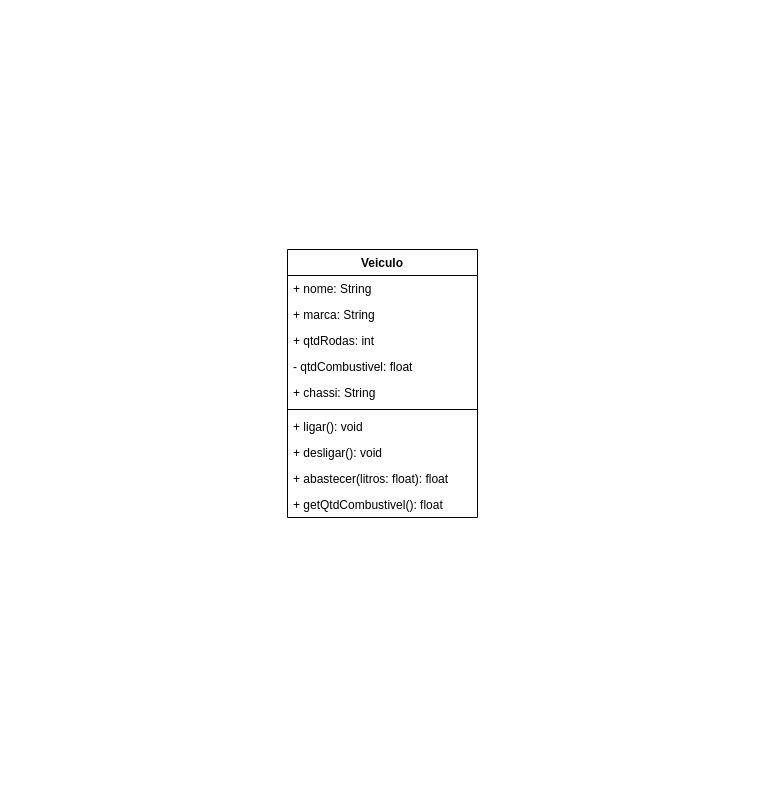
alexclemente1985/TreinoJavaOO_UML keeps this draw.io diagram as treinaWeb_JavaOO.drawio. Above is the earlier version. Source tidied: cells renumbered, new cells numbered last; positions are measured from the earlier drawing's top-left corner, leaving out a move shared by most shapes. Both pictures are drawn from the tidied source at 100%, with x=0, y=0 at pixel (287, 249).
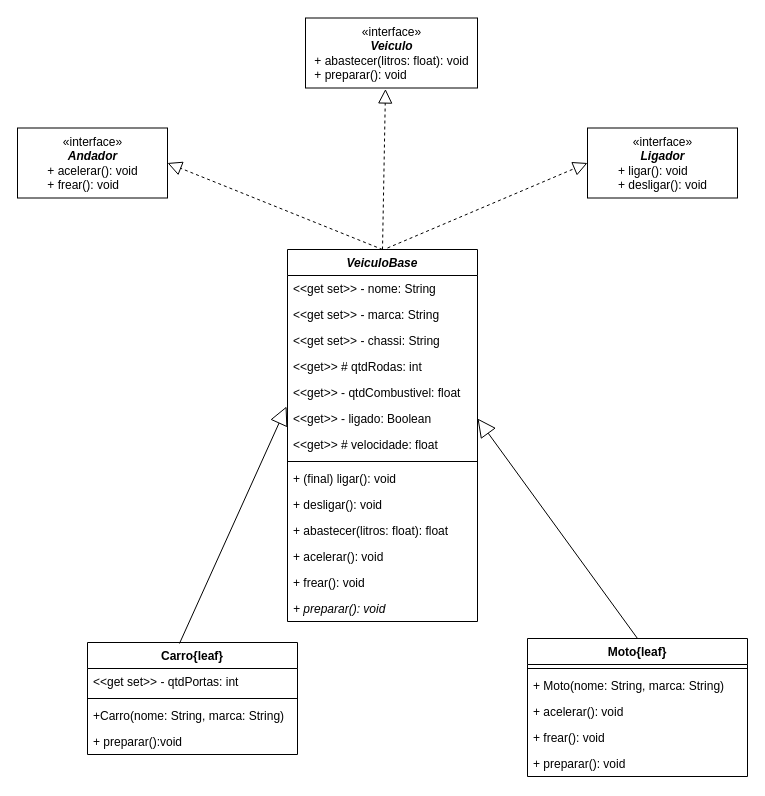
Above is the later version.

Change to the diagram source:
```diff
@@
-    <mxCell id="2" value="Veiculo" style="swimlane;fontStyle=1;align=center;verticalAlign=top;horizontal=1;startSize=26;" parent="1" vertex="1">
-      <mxGeometry width="190" height="268" as="geometry" />
+    <mxCell id="2" value="VeiculoBase" style="swimlane;fontStyle=3;align=center;verticalAlign=top;horizontal=1;startSize=26;" parent="1" vertex="1">
+      <mxGeometry width="190" height="372" as="geometry" />
     </mxCell>
-    <mxCell id="3" value="+ nome: String" style="text;strokeColor=none;fillColor=none;align=left;verticalAlign=top;spacingLeft=4;spacingRight=4;overflow=hidden;" parent="2" vertex="1">
+    <mxCell id="3" value="&lt;&lt;get set&gt;&gt; - nome: String" style="text;strokeColor=none;fillColor=none;align=left;verticalAlign=top;spacingLeft=4;spacingRight=4;overflow=hidden;" parent="2" vertex="1">
       <mxGeometry y="26" width="190" height="26" as="geometry" />
     </mxCell>
-    <mxCell id="4" value="+ marca: String" style="text;strokeColor=none;fillColor=none;align=left;verticalAlign=top;spacingLeft=4;spacingRight=4;overflow=hidden;" parent="2" vertex="1">
+    <mxCell id="4" value="&lt;&lt;get set&gt;&gt; - marca: String" style="text;strokeColor=none;fillColor=none;align=left;verticalAlign=top;spacingLeft=4;spacingRight=4;overflow=hidden;" parent="2" vertex="1">
       <mxGeometry y="52" width="190" height="26" as="geometry" />
     </mxCell>
+    <mxCell id="13" value="&lt;&lt;get set&gt;&gt; - chassi: String" style="text;strokeColor=none;fillColor=none;align=left;verticalAlign=top;spacingLeft=4;spacingRight=4;overflow=hidden;" parent="2" vertex="1">
+      <mxGeometry y="78" width="190" height="26" as="geometry" />
+    </mxCell>
-    <mxCell id="5" value="+ qtdRodas: int" style="text;strokeColor=none;fillColor=none;align=left;verticalAlign=top;spacingLeft=4;spacingRight=4;overflow=hidden;" parent="2" vertex="1">
-      <mxGeometry y="78" width="190" height="26" as="geometry" />
+    <mxCell id="5" value="&lt;&lt;get&gt;&gt; # qtdRodas: int" style="text;strokeColor=none;fillColor=none;align=left;verticalAlign=top;spacingLeft=4;spacingRight=4;overflow=hidden;" parent="2" vertex="1">
+      <mxGeometry y="104" width="190" height="26" as="geometry" />
     </mxCell>
-    <mxCell id="6" value="- qtdCombustivel: float" style="text;strokeColor=none;fillColor=none;align=left;verticalAlign=top;spacingLeft=4;spacingRight=4;overflow=hidden;" parent="2" vertex="1">
-      <mxGeometry y="104" width="190" height="26" as="geometry" />
+    <mxCell id="6" value="&lt;&lt;get&gt;&gt; - qtdCombustivel: float" style="text;strokeColor=none;fillColor=none;align=left;verticalAlign=top;spacingLeft=4;spacingRight=4;overflow=hidden;" parent="2" vertex="1">
+      <mxGeometry y="130" width="190" height="26" as="geometry" />
     </mxCell>
-    <mxCell id="7" value="+ chassi: String" style="text;strokeColor=none;fillColor=none;align=left;verticalAlign=top;spacingLeft=4;spacingRight=4;overflow=hidden;" parent="2" vertex="1">
-      <mxGeometry y="130" width="190" height="26" as="geometry" />
-    </mxCell>
+    <mxCell id="14" value="&lt;&lt;get&gt;&gt; - ligado: Boolean" style="text;strokeColor=none;fillColor=none;align=left;verticalAlign=top;spacingLeft=4;spacingRight=4;overflow=hidden;points=[[0,0.5],[1,0.5]];portConstraint=eastwest;" parent="2" vertex="1">
+      <mxGeometry y="156" width="190" height="26" as="geometry" />
+    </mxCell>
+    <mxCell id="15" value="&lt;&lt;get&gt;&gt; # velocidade: float" style="text;strokeColor=none;fillColor=none;align=left;verticalAlign=top;spacingLeft=4;spacingRight=4;overflow=hidden;" parent="2" vertex="1">
+      <mxGeometry y="182" width="190" height="26" as="geometry" />
+    </mxCell>
     <mxCell id="8" style="line;strokeWidth=1;fillColor=none;align=left;verticalAlign=middle;spacingTop=-1;spacingLeft=3;spacingRight=3;labelPosition=right;" parent="2" vertex="1">
-      <mxGeometry y="156" width="190" height="8" as="geometry" />
+      <mxGeometry y="208" width="190" height="8" as="geometry" />
     </mxCell>
-    <mxCell id="9" value="+ ligar(): void" style="text;strokeColor=none;fillColor=none;align=left;verticalAlign=top;spacingLeft=4;spacingRight=4;overflow=hidden;" parent="2" vertex="1">
-      <mxGeometry y="164" width="190" height="26" as="geometry" />
+    <mxCell id="9" value="+ (final) ligar(): void" style="text;strokeColor=none;fillColor=none;align=left;verticalAlign=top;spacingLeft=4;spacingRight=4;overflow=hidden;" parent="2" vertex="1">
+      <mxGeometry y="216" width="190" height="26" as="geometry" />
     </mxCell>
     <mxCell id="10" value="+ desligar(): void" style="text;strokeColor=none;fillColor=none;align=left;verticalAlign=top;spacingLeft=4;spacingRight=4;overflow=hidden;" parent="2" vertex="1">
-      <mxGeometry y="190" width="190" height="26" as="geometry" />
+      <mxGeometry y="242" width="190" height="26" as="geometry" />
     </mxCell>
     <mxCell id="11" value="+ abastecer(litros: float): float" style="text;strokeColor=none;fillColor=none;align=left;verticalAlign=top;spacingLeft=4;spacingRight=4;overflow=hidden;" parent="2" vertex="1">
-      <mxGeometry y="216" width="190" height="26" as="geometry" />
+      <mxGeometry y="268" width="190" height="26" as="geometry" />
     </mxCell>
+    <mxCell id="16" value="+ acelerar(): void" style="text;strokeColor=none;fillColor=none;align=left;verticalAlign=top;spacingLeft=4;spacingRight=4;overflow=hidden;" parent="2" vertex="1">
+      <mxGeometry y="294" width="190" height="26" as="geometry" />
+    </mxCell>
+    <mxCell id="17" value="+ frear(): void" style="text;strokeColor=none;fillColor=none;align=left;verticalAlign=top;spacingLeft=4;spacingRight=4;overflow=hidden;" parent="2" vertex="1">
+      <mxGeometry y="320" width="190" height="26" as="geometry" />
+    </mxCell>
-    <mxCell id="12" value="+ getQtdCombustivel(): float" style="text;strokeColor=none;fillColor=none;align=left;verticalAlign=top;spacingLeft=4;spacingRight=4;overflow=hidden;" parent="2" vertex="1">
-      <mxGeometry y="242" width="190" height="26" as="geometry" />
+    <mxCell id="12" value="+ preparar(): void" style="text;strokeColor=none;fillColor=none;align=left;verticalAlign=top;spacingLeft=4;spacingRight=4;overflow=hidden;fontStyle=2;" parent="2" vertex="1">
+      <mxGeometry y="346" width="190" height="26" as="geometry" />
     </mxCell>
+    <mxCell id="18" value="Carro{leaf}" style="swimlane;fontStyle=1;align=center;verticalAlign=top;horizontal=1;startSize=26;" parent="1" vertex="1">
+      <mxGeometry x="-200" y="393" width="210" height="112" as="geometry" />
+    </mxCell>
+    <mxCell id="19" value="&lt;&lt;get set&gt;&gt; - qtdPortas: int" style="text;strokeColor=none;fillColor=none;align=left;verticalAlign=top;spacingLeft=4;spacingRight=4;overflow=hidden;" parent="18" vertex="1">
+      <mxGeometry y="26" width="210" height="26" as="geometry" />
+    </mxCell>
+    <mxCell id="20" style="line;strokeWidth=1;fillColor=none;align=left;verticalAlign=middle;spacingTop=-1;spacingLeft=3;spacingRight=3;labelPosition=right;" parent="18" vertex="1">
+      <mxGeometry y="52" width="210" height="8" as="geometry" />
+    </mxCell>
+    <mxCell id="21" value="+Carro(nome: String, marca: String)" style="text;strokeColor=none;fillColor=none;align=left;verticalAlign=top;spacingLeft=4;spacingRight=4;overflow=hidden;" parent="18" vertex="1">
+      <mxGeometry y="60" width="210" height="26" as="geometry" />
+    </mxCell>
+    <mxCell id="22" value="+ preparar():void" style="text;strokeColor=none;fillColor=none;align=left;verticalAlign=top;spacingLeft=4;spacingRight=4;overflow=hidden;" parent="18" vertex="1">
+      <mxGeometry y="86" width="210" height="26" as="geometry" />
+    </mxCell>
+    <mxCell id="23" style="endArrow=block;endSize=16;endFill=0;html=1;exitX=0.438;exitY=0.009;exitDx=0;exitDy=0;exitPerimeter=0;entryX=-0.005;entryY=0.038;entryDx=0;entryDy=0;entryPerimeter=0;" parent="1" edge="1" source="18" target="14">
+      <mxGeometry x="0.25" y="290" relative="1" as="geometry" />
+    </mxCell>
+    <mxCell id="24" value="Moto{leaf}" style="swimlane;fontStyle=1;align=center;verticalAlign=top;horizontal=1;startSize=26;" parent="1" vertex="1">
+      <mxGeometry x="240" y="389" width="220" height="138" as="geometry" />
+    </mxCell>
+    <mxCell id="25" style="line;strokeWidth=1;fillColor=none;align=left;verticalAlign=middle;spacingTop=-1;spacingLeft=3;spacingRight=3;labelPosition=right;" parent="24" vertex="1">
+      <mxGeometry y="26" width="220" height="8" as="geometry" />
+    </mxCell>
+    <mxCell id="26" value="+ Moto(nome: String, marca: String)" style="text;strokeColor=none;fillColor=none;align=left;verticalAlign=top;spacingLeft=4;spacingRight=4;overflow=hidden;" parent="24" vertex="1">
+      <mxGeometry y="34" width="220" height="26" as="geometry" />
+    </mxCell>
+    <mxCell id="27" value="+ acelerar(): void" style="text;strokeColor=none;fillColor=none;align=left;verticalAlign=top;spacingLeft=4;spacingRight=4;overflow=hidden;" parent="24" vertex="1">
+      <mxGeometry y="60" width="220" height="26" as="geometry" />
+    </mxCell>
+    <mxCell id="28" value="+ frear(): void" style="text;strokeColor=none;fillColor=none;align=left;verticalAlign=top;spacingLeft=4;spacingRight=4;overflow=hidden;" parent="24" vertex="1">
+      <mxGeometry y="86" width="220" height="26" as="geometry" />
+    </mxCell>
+    <mxCell id="29" value="+ preparar(): void" style="text;strokeColor=none;fillColor=none;align=left;verticalAlign=top;spacingLeft=4;spacingRight=4;overflow=hidden;" parent="24" vertex="1">
+      <mxGeometry y="112" width="220" height="26" as="geometry" />
+    </mxCell>
+    <mxCell id="30" style="endArrow=block;endSize=16;endFill=0;html=1;exitX=0.5;exitY=0;exitDx=0;exitDy=0;entryX=1;entryY=0.5;entryDx=0;entryDy=0;" parent="1" edge="1" source="24" target="14">
+      <mxGeometry x="1" y="-61" relative="1" as="geometry">
+        <mxPoint x="10" y="-1" as="offset" />
+      </mxGeometry>
+    </mxCell>
+    <mxCell id="31" value="&lt;div style=&quot;text-align: center&quot;&gt;&lt;span&gt;«interface»&lt;/span&gt;&lt;/div&gt;&lt;b&gt;&lt;div style=&quot;text-align: center&quot;&gt;&lt;b&gt;&lt;i&gt;Andador&lt;/i&gt;&lt;/b&gt;&lt;/div&gt;&lt;/b&gt;&lt;div style=&quot;text-align: justify&quot;&gt;&lt;span&gt;+ acelerar(): void&lt;/span&gt;&lt;/div&gt;&lt;div style=&quot;text-align: justify&quot;&gt;&lt;span&gt;+ frear(): void&lt;/span&gt;&lt;/div&gt;" style="html=1;" parent="1" vertex="1">
+      <mxGeometry x="-270" y="-121.5" width="150" height="70" as="geometry" />
+    </mxCell>
+    <mxCell id="32" style="endArrow=block;dashed=1;endFill=0;endSize=12;html=1;exitX=0.5;exitY=0;exitDx=0;exitDy=0;entryX=1;entryY=0.5;entryDx=0;entryDy=0;" parent="1" edge="1" source="2" target="31">
+      <mxGeometry relative="1" as="geometry" />
+    </mxCell>
+    <mxCell id="33" value="&lt;div style=&quot;text-align: center&quot;&gt;&lt;span&gt;«interface»&lt;/span&gt;&lt;/div&gt;&lt;b&gt;&lt;div style=&quot;text-align: center&quot;&gt;&lt;b&gt;&lt;i&gt;Ligador&lt;/i&gt;&lt;/b&gt;&lt;/div&gt;&lt;/b&gt;&lt;div style=&quot;text-align: justify&quot;&gt;&lt;span&gt;+ ligar(): void&lt;/span&gt;&lt;/div&gt;&lt;div style=&quot;text-align: justify&quot;&gt;&lt;span&gt;+ desligar(): void&lt;/span&gt;&lt;/div&gt;" style="html=1;" parent="1" vertex="1">
+      <mxGeometry x="300" y="-121.5" width="150" height="70" as="geometry" />
+    </mxCell>
+    <mxCell id="34" style="endArrow=block;dashed=1;endFill=0;endSize=12;html=1;entryX=0;entryY=0.5;entryDx=0;entryDy=0;" parent="1" edge="1" target="33">
+      <mxGeometry relative="1" as="geometry">
+        <mxPoint x="100" y="-1.5" as="sourcePoint" />
+      </mxGeometry>
+    </mxCell>
+    <mxCell id="35" value="&lt;div style=&quot;text-align: center&quot;&gt;&lt;span&gt;«interface»&lt;/span&gt;&lt;/div&gt;&lt;b&gt;&lt;div style=&quot;text-align: center&quot;&gt;&lt;b&gt;&lt;i&gt;Veiculo&lt;/i&gt;&lt;/b&gt;&lt;/div&gt;&lt;/b&gt;&lt;div style=&quot;text-align: justify&quot;&gt;&lt;span&gt;+ abastecer(litros: float): void&lt;/span&gt;&lt;/div&gt;&lt;div style=&quot;text-align: justify&quot;&gt;&lt;span&gt;+ preparar(): void&lt;/span&gt;&lt;/div&gt;" style="html=1;" parent="1" vertex="1">
+      <mxGeometry x="18" y="-231.5" width="172" height="70" as="geometry" />
+    </mxCell>
+    <mxCell id="36" style="endArrow=block;dashed=1;endFill=0;endSize=12;html=1;exitX=0.5;exitY=0;exitDx=0;exitDy=0;entryX=0.465;entryY=1.014;entryDx=0;entryDy=0;entryPerimeter=0;" parent="1" edge="1" source="2" target="35">
+      <mxGeometry relative="1" as="geometry" />
+    </mxCell>
```
